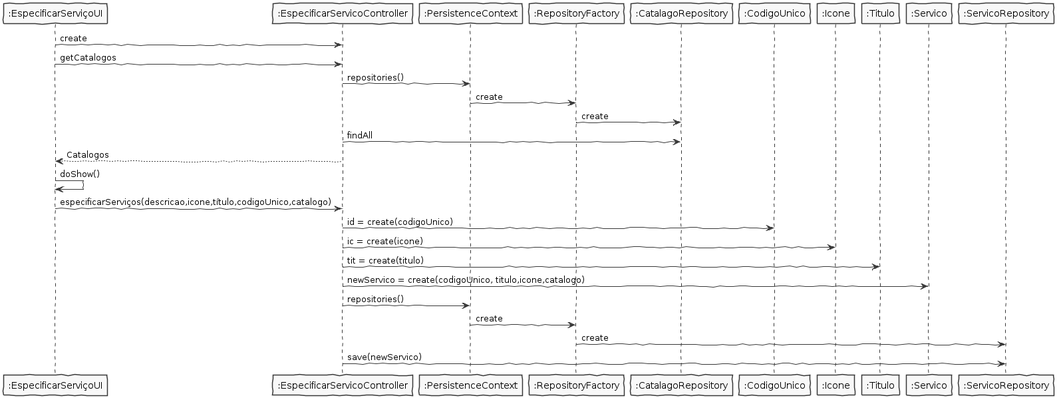
Earlier version of the PlantUML export docs/US2002/EspecificarServicoSD.png (pedrolemos4/LAPR4).
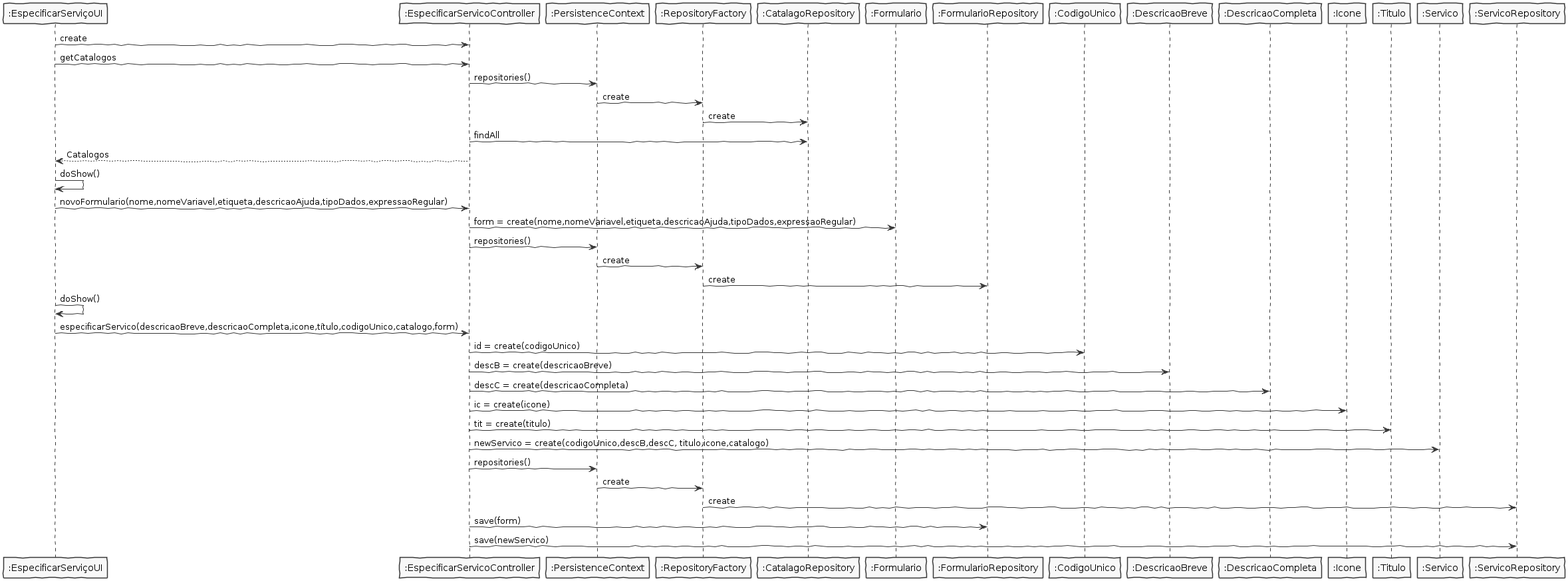
The same file after the commit.

Commit message:
LEI2DI04-41 #close #comment Continuação do Design

Diff of the diagram source:
```diff
@@ -9,31 +9,46 @@
 		participant ":EspecificarServicoController" as ctrl
 		participant ":PersistenceContext" as pc
 		participant ":RepositoryFactory" as rf
-		participant ":CatalagoRepository" as repoDT
+		participant ":CatalagoRepository" as repoCA
+    participant ":Formulario" as form
+    participant ":FormularioRepository" as repoFORM
     participant ":CodigoUnico" as id
+    participant ":DescricaoBreve" as descB
+    participant ":DescricaoCompleta" as descC
 		participant ":Icone" as ic
     participant ":Titulo" as tit
 		participant ":Servico" as servico
 		participant ":ServicoRepository" as repo
 
+
 		ui->ctrl:create
 		ui->ctrl:getCatalogos
 		ctrl->pc:repositories()
 		pc->rf:create
-		rf->repoDT:create
-		ctrl->repoDT:findAll
+		rf->repoCA:create
+		ctrl->repoCA:findAll
 		ctrl-->ui:Catalogos
 
 		ui->ui:doShow()
-		ui->ctrl:especificarServiços(descricao,icone,título,codigoUnico,catalogo)
+    ui->ctrl:novoFormulario(nome,nomeVariavel,etiqueta,descricaoAjuda,tipoDados,expressaoRegular)
+    ctrl->form:form = create(nome,nomeVariavel,etiqueta,descricaoAjuda,tipoDados,expressaoRegular)
+    ctrl->pc:repositories()
+		pc->rf:create
+		rf->repoFORM:create
+    ui->ui:doShow()
+
+		ui->ctrl:especificarServico(descricaoBreve,descricaoCompleta,icone,título,codigoUnico,catalogo,form)
 
     ctrl->id:id = create(codigoUnico)
+    ctrl->descB:descB = create(descricaoBreve)
+    ctrl->descC:descC = create(descricaoCompleta)
 		ctrl->ic:ic = create(icone)
     ctrl->tit:tit = create(titulo)
-		ctrl->servico:newServico = create(codigoUnico, titulo,icone,catalogo)
+		ctrl->servico:newServico = create(codigoUnico,descB,descC, titulo,icone,catalogo)
 
 		ctrl->pc:repositories()
 		pc->rf:create
 		rf->repo:create
+    ctrl->repoFORM:save(form)
 		ctrl->repo:save(newServico)
 @enduml
```
